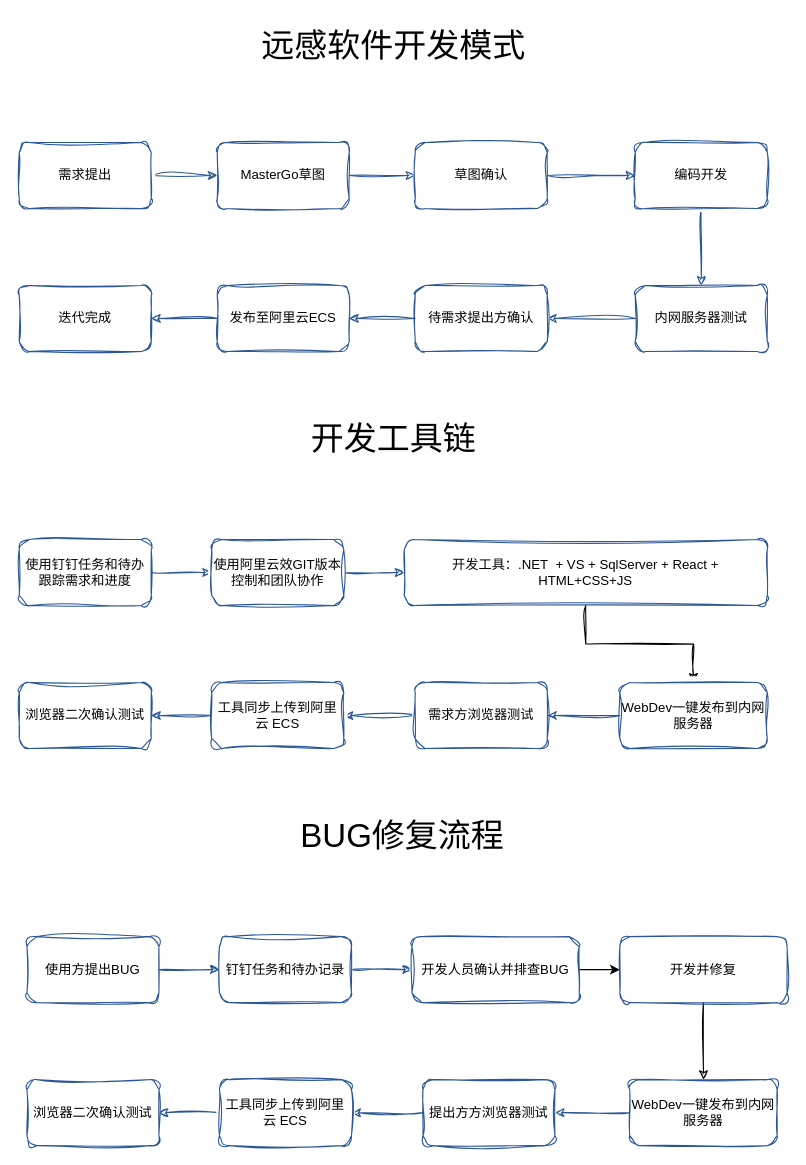
Earlier version of the draw.io diagram page "第 1 页" (1 of 3) of 未命名绘图.drawio (bit365/diagrams). Source tidied: cells renumbered, new cells numbered last; positions are measured from the earlier drawing's top-left corner, leaving out a move shared by most shapes. Both pictures are drawn from the tidied source at 110%, with x=0, y=0 at pixel (19, 19).
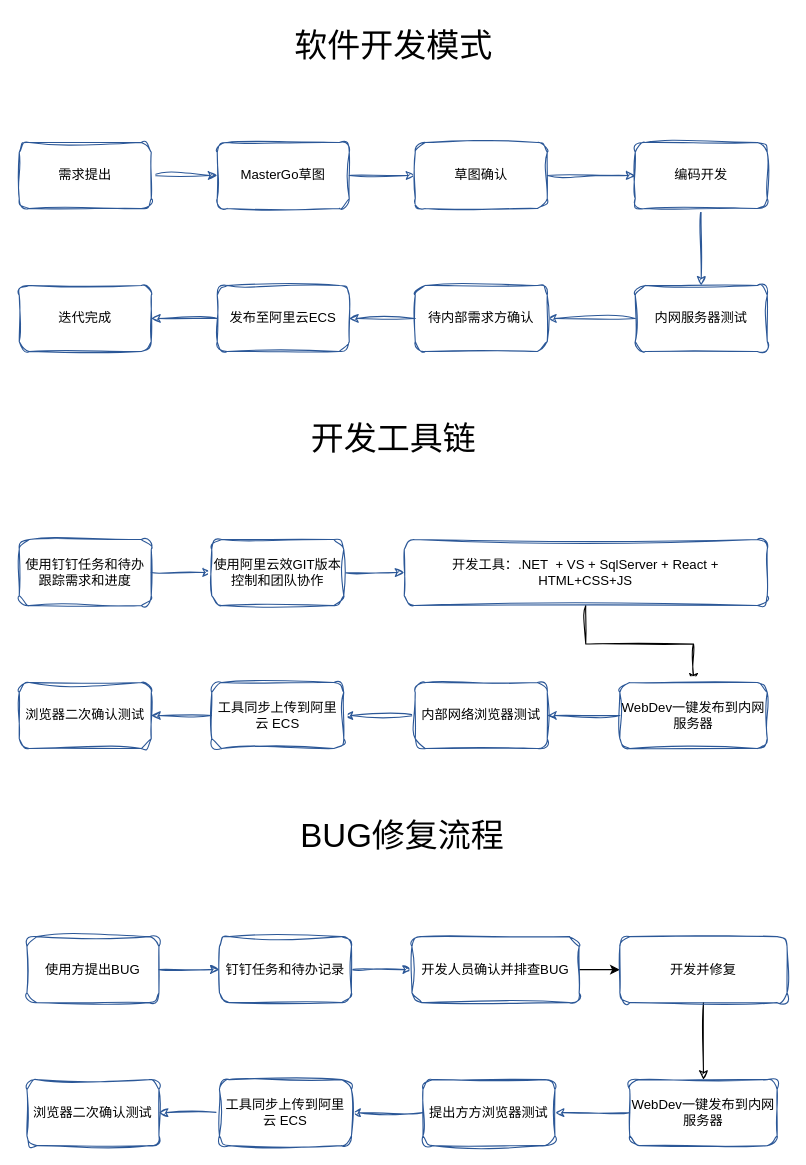
The same diagram, later.

Diff of the diagram source:
```diff
@@
-    <mxCell id="13" value="待需求提出方确认" style="whiteSpace=wrap;html=1;rounded=1;sketch=1;curveFitting=1;jiggle=2;strokeColor=#2B5797;" parent="1" vertex="1">
+    <mxCell id="13" value="待内部需求方确认" style="whiteSpace=wrap;html=1;rounded=1;sketch=1;curveFitting=1;jiggle=2;strokeColor=#2B5797;" parent="1" vertex="1">
       <mxGeometry x="360" y="242" width="120" height="60" as="geometry" />
     </mxCell>
@@
-    <mxCell id="17" value="&lt;font style=&quot;font-size: 30px;&quot;&gt;远感软件开发模式&lt;/font&gt;" style="text;html=1;align=center;verticalAlign=middle;strokeColor=none;fillColor=none;" parent="1" vertex="1">
-      <mxGeometry x="211" width="258" height="48" as="geometry" />
+    <mxCell id="17" value="&lt;font style=&quot;font-size: 30px;&quot;&gt;软件开发模式&lt;/font&gt;" style="text;html=1;align=center;verticalAlign=middle;strokeColor=none;fillColor=none;" parent="1" vertex="1">
+      <mxGeometry x="241" width="198" height="48" as="geometry" />
     </mxCell>
@@
-    <mxCell id="28" value="需求方浏览器测试" style="whiteSpace=wrap;html=1;rounded=1;sketch=1;curveFitting=1;jiggle=2;strokeColor=#2B5797;" parent="1" vertex="1">
+    <mxCell id="28" value="内部网络浏览器测试" style="whiteSpace=wrap;html=1;rounded=1;sketch=1;curveFitting=1;jiggle=2;strokeColor=#2B5797;" parent="1" vertex="1">
       <mxGeometry x="360" y="603" width="120" height="60" as="geometry" />
     </mxCell>
```
